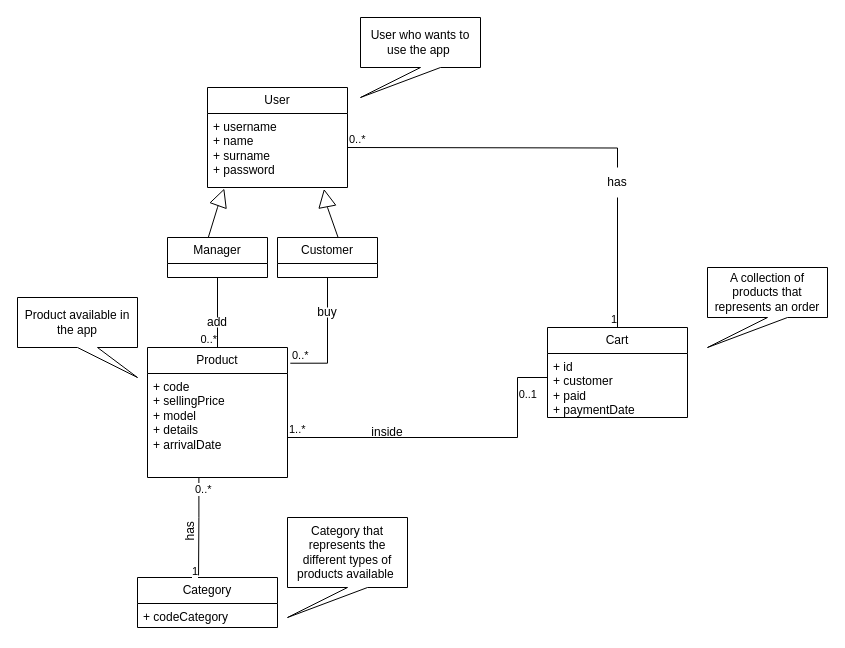
LilloBarilotto/SoftEngProject-EZElectronics keeps this draw.io diagram as uml/glossary.drawio. Above is the earlier version. Source tidied: cells renumbered, new cells numbered last; positions are measured from the earlier drawing's top-left corner, leaving out a move shared by most shapes. Both pictures are drawn from the tidied source at 100%, with x=0, y=0 at pixel (17, 17).
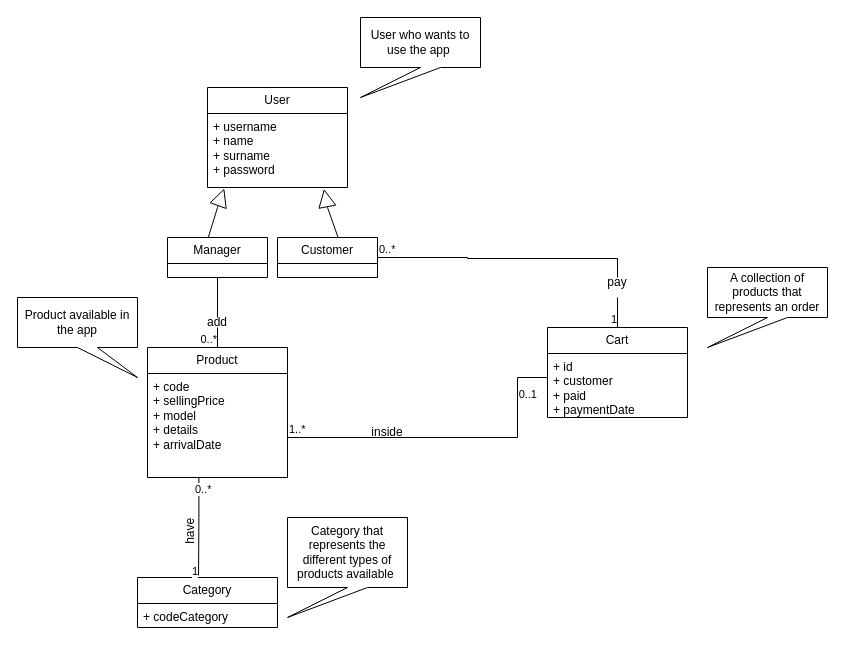
The same page after the edit.

Unchanged cells that the change refers to:
```xml
<mxCell id="6" value="Product" style="swimlane;fontStyle=0;horizontal=1;startSize=26;fillColor=none;whiteSpace=wrap;html=1;" parent="1" vertex="1">
  <mxGeometry x="130" y="330" width="140" height="130" as="geometry" />
</mxCell>
<mxCell id="18" value="Cart" style="swimlane;fontStyle=0;horizontal=1;startSize=26;fillColor=none;whiteSpace=wrap;html=1;" parent="1" vertex="1">
  <mxGeometry x="530" y="310" width="140" height="90" as="geometry" />
</mxCell>
```

What changed in the source:
```diff
@@
-    <mxCell id="14" style="endArrow=none;html=1;edgeStyle=orthogonalEdgeStyle;rounded=0;exitX=0.5;exitY=0;exitDx=0;exitDy=0;" parent="1" edge="1" source="17">
-      <mxGeometry relative="1" as="geometry">
-        <mxPoint x="310" y="260" as="targetPoint" />
-      </mxGeometry>
-    </mxCell>
-    <mxCell id="15" style="endArrow=none;html=1;edgeStyle=orthogonalEdgeStyle;rounded=0;exitX=1.02;exitY=0.121;exitDx=0;exitDy=0;exitPerimeter=0;" parent="1" edge="1" source="6" target="17">
-      <mxGeometry relative="1" as="geometry" />
-    </mxCell>
-    <mxCell id="16" value="0..*" style="edgeLabel;html=1;align=left;verticalAlign=bottom;" parent="15" vertex="1">
-      <mxGeometry x="-1" relative="1" as="geometry" />
-    </mxCell>
-    <mxCell id="17" value="buy" style="text;html=1;align=center;verticalAlign=middle;whiteSpace=wrap;rounded=0;rotation=0;" parent="1" vertex="1">
-      <mxGeometry x="295" y="290" width="30" height="10" as="geometry" />
-    </mxCell>
@@
-    <mxCell id="23" style="endArrow=none;html=1;edgeStyle=orthogonalEdgeStyle;rounded=0;entryX=0.5;entryY=0;entryDx=0;entryDy=0;" parent="1" edge="1" source="27" target="18">
-      <mxGeometry relative="1" as="geometry" />
+    <mxCell id="23" style="endArrow=none;html=1;edgeStyle=orthogonalEdgeStyle;rounded=0;entryX=0.5;entryY=0;entryDx=0;entryDy=0;" parent="1" edge="1" target="18">
+      <mxGeometry relative="1" as="geometry">
+        <mxPoint x="600" y="280" as="sourcePoint" />
+        <Array as="points">
+          <mxPoint x="600" y="310" />
+          <mxPoint x="600" y="310" />
+        </Array>
+      </mxGeometry>
     </mxCell>
@@
-    <mxCell id="25" style="endArrow=none;html=1;edgeStyle=orthogonalEdgeStyle;rounded=0;entryX=0.5;entryY=0;entryDx=0;entryDy=0;" parent="1" edge="1" target="27">
+    <mxCell id="25" style="endArrow=none;html=1;edgeStyle=orthogonalEdgeStyle;rounded=0;" parent="1" edge="1">
       <mxGeometry relative="1" as="geometry">
-        <mxPoint x="330" y="130" as="sourcePoint" />
+        <mxPoint x="360" y="240" as="sourcePoint" />
+        <mxPoint x="600" y="260" as="targetPoint" />
+        <Array as="points">
+          <mxPoint x="450" y="240" />
+          <mxPoint x="630" y="241" />
+        </Array>
       </mxGeometry>
     </mxCell>
@@
-    <mxCell id="27" value="has" style="text;html=1;align=center;verticalAlign=middle;whiteSpace=wrap;rounded=0;" parent="1" vertex="1">
-      <mxGeometry x="570" y="150" width="60" height="30" as="geometry" />
+    <mxCell id="27" value="pay" style="text;html=1;align=center;verticalAlign=middle;whiteSpace=wrap;rounded=0;" parent="1" vertex="1">
+      <mxGeometry x="570" y="250" width="60" height="30" as="geometry" />
     </mxCell>
@@
-    <mxCell id="38" value="has" style="text;html=1;align=center;verticalAlign=middle;whiteSpace=wrap;rounded=0;rotation=-90;" parent="1" vertex="1">
+    <mxCell id="38" value="have" style="text;html=1;align=center;verticalAlign=middle;whiteSpace=wrap;rounded=0;rotation=-90;" parent="1" vertex="1">
       <mxGeometry x="155" y="510" width="35" height="7.7" as="geometry" />
     </mxCell>
```
